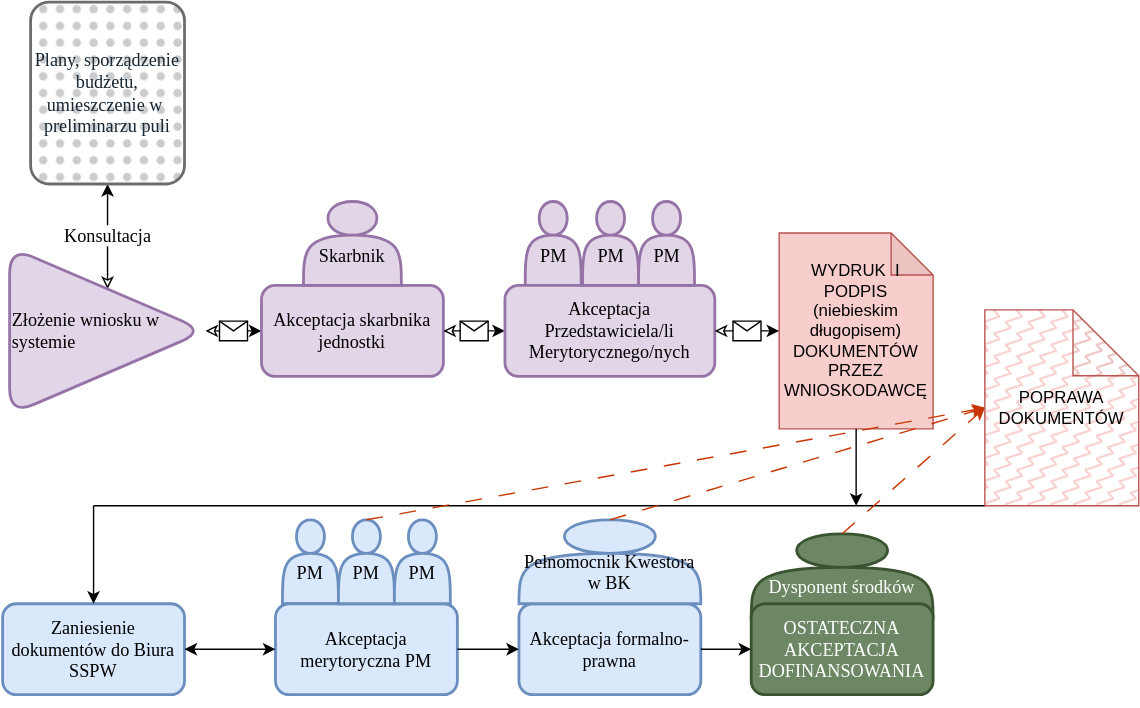
The draw.io diagram Kopia Rysunek wniosek.svg in WelfareUnit/rysunki, before a commit. Source tidied: cells renumbered, new cells last; positions are measured from the earlier drawing's top-left corner, leaving out a move shared by most shapes.
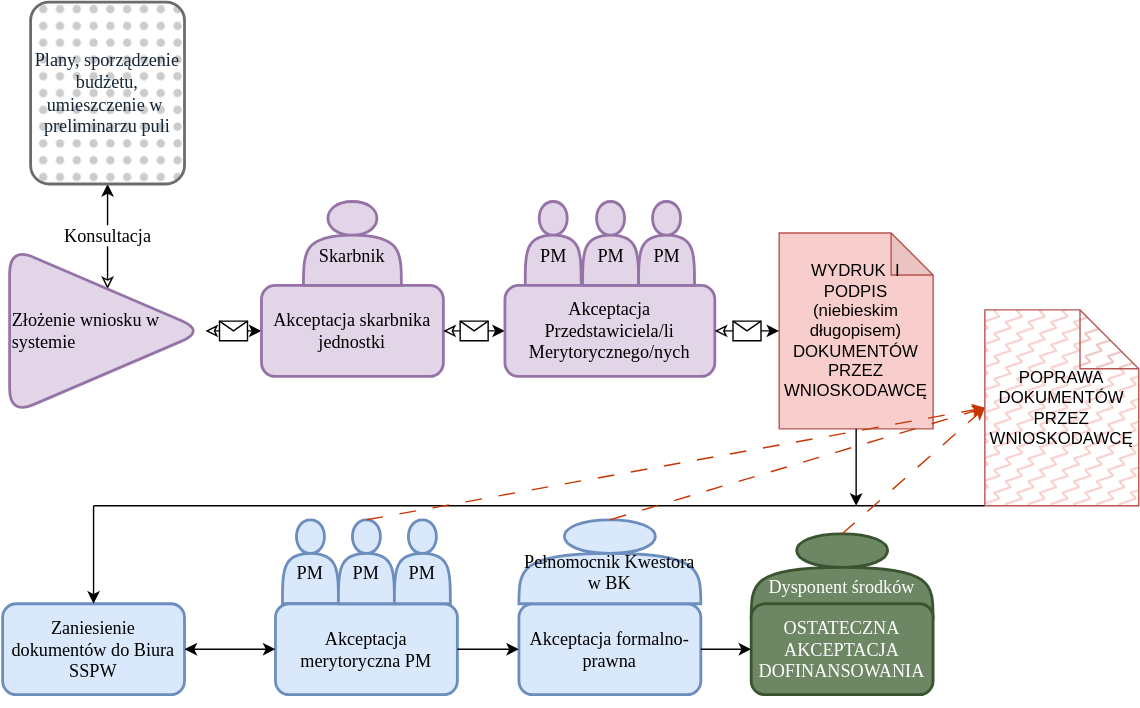
The same file after the commit.

Change to the diagram source:
```diff
@@ -128,7 +128,7 @@
     <mxCell id="39" style="endArrow=classic;html=1;rounded=0;exitX=0.5;exitY=0;exitDx=0;exitDy=0;fillColor=#fa6800;strokeColor=#C73500;entryX=0;entryY=0.5;entryDx=0;entryDy=0;entryPerimeter=0;dashed=1;dashPattern=12 12;" parent="1" edge="1" source="36" target="40">
       <mxGeometry relative="1" as="geometry" />
     </mxCell>
-    <mxCell id="40" value="POPRAWA DOKUMENTÓW" style="shape=note;whiteSpace=wrap;html=1;backgroundOutline=1;darkOpacity=0.05;fillColor=#f8cecc;strokeColor=#b85450;size=47;fillStyle=zigzag-line;" parent="1" vertex="1">
+    <mxCell id="40" value="POPRAWA DOKUMENTÓW PRZEZ WNIOSKODAWCĘ" style="shape=note;whiteSpace=wrap;html=1;backgroundOutline=1;darkOpacity=0.05;fillColor=#f8cecc;strokeColor=#b85450;size=42;fillStyle=zigzag-line;" parent="1" vertex="1">
       <mxGeometry x="702" y="220" width="110" height="140" as="geometry" />
     </mxCell>
   </root>
```
